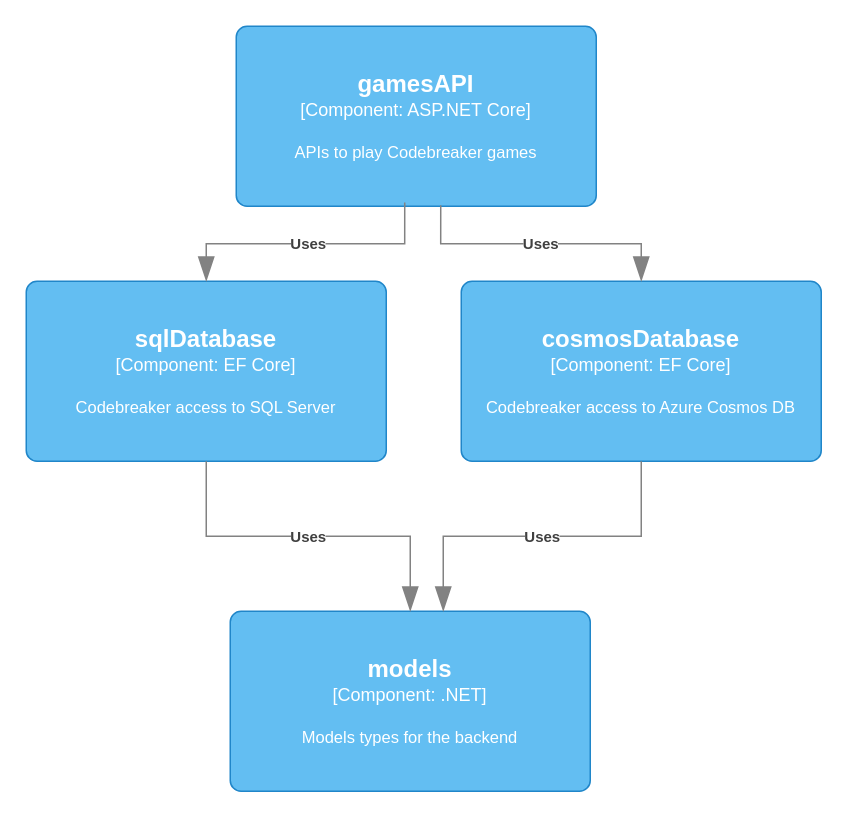
Earlier version of the draw.io diagram ch03/components.drawio (PacktPublishing/Pragmatic-Microservices-with-CSharp-and-Azure). Source tidied: cells renumbered, new cells numbered last; positions are measured from the earlier drawing's top-left corner, leaving out a move shared by most shapes. Both pictures are drawn from the tidied source at 150%, with x=0, y=0 at pixel (26, 26).
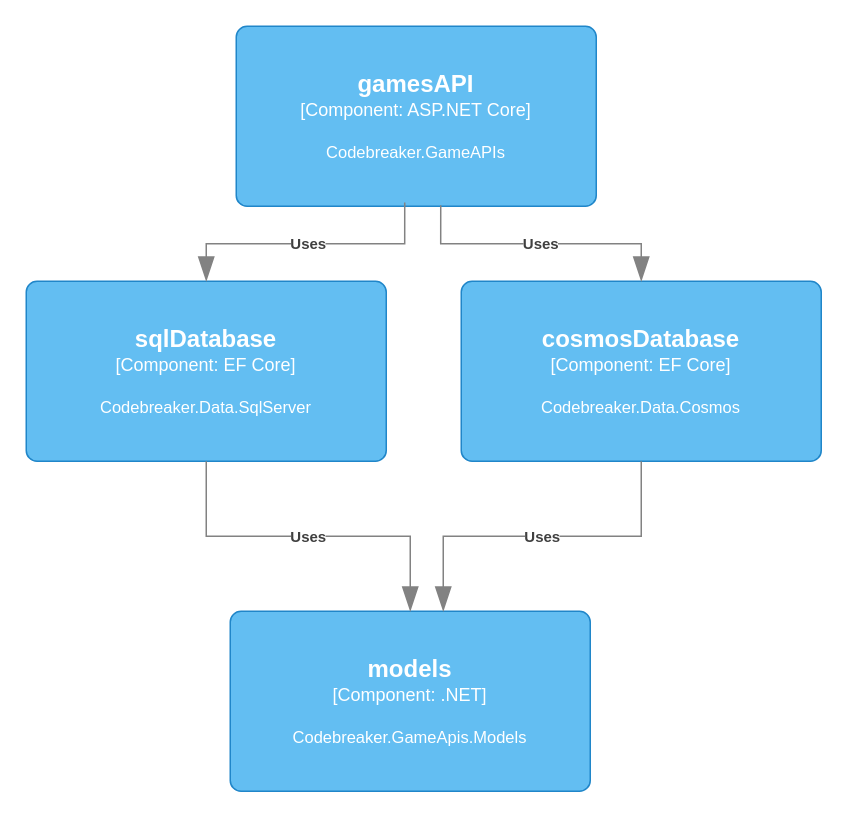
After the change.

Commit message:
update components diagram

Diff of the diagram source:
```diff
@@
 <mxGraphModel>
   <root>
     <mxCell id="0" />
     <mxCell id="1" parent="0" />
-    <object id="2" label="&lt;font style=&quot;font-size: 16px&quot;&gt;&lt;b&gt;%c4Name%&lt;/b&gt;&lt;/font&gt;&lt;div&gt;[%c4Type%: %c4Technology%]&lt;/div&gt;&lt;br&gt;&lt;div&gt;&lt;font style=&quot;font-size: 11px&quot;&gt;%c4Description%&lt;/font&gt;&lt;/div&gt;" c4Description="Models types for the backend" c4Name="models" c4Technology=".NET" c4Type="Component" placeholders="1">
+    <object id="2" label="&lt;font style=&quot;font-size: 16px&quot;&gt;&lt;b&gt;%c4Name%&lt;/b&gt;&lt;/font&gt;&lt;div&gt;[%c4Type%: %c4Technology%]&lt;/div&gt;&lt;br&gt;&lt;div&gt;&lt;font style=&quot;font-size: 11px&quot;&gt;%c4Description%&lt;/font&gt;&lt;/div&gt;" c4Description="Codebreaker.GameApis.Models" c4Name="models" c4Technology=".NET" c4Type="Component" placeholders="1">
       <mxCell style="rounded=1;whiteSpace=wrap;html=1;labelBackgroundColor=none;fillColor=#63BEF2;fontColor=#ffffff;align=center;arcSize=6;strokeColor=#2086C9;points=[[0.25,0,0],[0.5,0,0],[0.75,0,0],[1,0.25,0],[1,0.5,0],[1,0.75,0],[0.75,1,0],[0.5,1,0],[0.25,1,0],[0,0.75,0],[0,0.5,0],[0,0.25,0]];" parent="1" vertex="1">
         <mxGeometry x="136" y="390" width="240" height="120" as="geometry" />
       </mxCell>
     </object>
-    <object id="3" label="&lt;font style=&quot;font-size: 16px&quot;&gt;&lt;b&gt;%c4Name%&lt;/b&gt;&lt;/font&gt;&lt;div&gt;[%c4Type%: %c4Technology%]&lt;/div&gt;&lt;br&gt;&lt;div&gt;&lt;font style=&quot;font-size: 11px&quot;&gt;%c4Description%&lt;/font&gt;&lt;/div&gt;" c4Description="Codebreaker access to SQL Server" c4Name="sqlDatabase" c4Technology="EF Core" c4Type="Component" placeholders="1">
+    <object id="3" label="&lt;font style=&quot;font-size: 16px&quot;&gt;&lt;b&gt;%c4Name%&lt;/b&gt;&lt;/font&gt;&lt;div&gt;[%c4Type%: %c4Technology%]&lt;/div&gt;&lt;br&gt;&lt;div&gt;&lt;font style=&quot;font-size: 11px&quot;&gt;%c4Description%&lt;/font&gt;&lt;/div&gt;" c4Description="Codebreaker.Data.SqlServer" c4Name="sqlDatabase" c4Technology="EF Core" c4Type="Component" placeholders="1">
       <mxCell style="rounded=1;whiteSpace=wrap;html=1;labelBackgroundColor=none;fillColor=#63BEF2;fontColor=#ffffff;align=center;arcSize=6;strokeColor=#2086C9;points=[[0.25,0,0],[0.5,0,0],[0.75,0,0],[1,0.25,0],[1,0.5,0],[1,0.75,0],[0.75,1,0],[0.5,1,0],[0.25,1,0],[0,0.75,0],[0,0.5,0],[0,0.25,0]];" parent="1" vertex="1">
         <mxGeometry y="170" width="240" height="120" as="geometry" />
       </mxCell>
     </object>
-    <object id="4" label="&lt;font style=&quot;font-size: 16px&quot;&gt;&lt;b&gt;%c4Name%&lt;/b&gt;&lt;/font&gt;&lt;div&gt;[%c4Type%: %c4Technology%]&lt;/div&gt;&lt;br&gt;&lt;div&gt;&lt;font style=&quot;font-size: 11px&quot;&gt;%c4Description%&lt;/font&gt;&lt;/div&gt;" c4Description="Codebreaker access to Azure Cosmos DB" c4Name="cosmosDatabase" c4Technology="EF Core" c4Type="Component" placeholders="1">
+    <object id="4" label="&lt;font style=&quot;font-size: 16px&quot;&gt;&lt;b&gt;%c4Name%&lt;/b&gt;&lt;/font&gt;&lt;div&gt;[%c4Type%: %c4Technology%]&lt;/div&gt;&lt;br&gt;&lt;div&gt;&lt;font style=&quot;font-size: 11px&quot;&gt;%c4Description%&lt;/font&gt;&lt;/div&gt;" c4Description="Codebreaker.Data.Cosmos" c4Name="cosmosDatabase" c4Technology="EF Core" c4Type="Component" placeholders="1">
       <mxCell style="rounded=1;whiteSpace=wrap;html=1;labelBackgroundColor=none;fillColor=#63BEF2;fontColor=#ffffff;align=center;arcSize=6;strokeColor=#2086C9;points=[[0.25,0,0],[0.5,0,0],[0.75,0,0],[1,0.25,0],[1,0.5,0],[1,0.75,0],[0.75,1,0],[0.5,1,0],[0.25,1,0],[0,0.75,0],[0,0.5,0],[0,0.25,0]];" parent="1" vertex="1">
         <mxGeometry x="290" y="170" width="240" height="120" as="geometry" />
       </mxCell>
     </object>
-    <object id="5" label="&lt;font style=&quot;font-size: 16px&quot;&gt;&lt;b&gt;%c4Name%&lt;/b&gt;&lt;/font&gt;&lt;div&gt;[%c4Type%: %c4Technology%]&lt;/div&gt;&lt;br&gt;&lt;div&gt;&lt;font style=&quot;font-size: 11px&quot;&gt;%c4Description%&lt;/font&gt;&lt;/div&gt;" c4Description="APIs to play Codebreaker games" c4Name="gamesAPI" c4Technology="ASP.NET Core" c4Type="Component" placeholders="1">
+    <object id="5" label="&lt;font style=&quot;font-size: 16px&quot;&gt;&lt;b&gt;%c4Name%&lt;/b&gt;&lt;/font&gt;&lt;div&gt;[%c4Type%: %c4Technology%]&lt;/div&gt;&lt;br&gt;&lt;div&gt;&lt;font style=&quot;font-size: 11px&quot;&gt;%c4Description%&lt;/font&gt;&lt;/div&gt;" c4Description="Codebreaker.GameAPIs" c4Name="gamesAPI" c4Technology="ASP.NET Core" c4Type="Component" placeholders="1">
       <mxCell style="rounded=1;whiteSpace=wrap;html=1;labelBackgroundColor=none;fillColor=#63BEF2;fontColor=#ffffff;align=center;arcSize=6;strokeColor=#2086C9;points=[[0.25,0,0],[0.5,0,0],[0.75,0,0],[1,0.25,0],[1,0.5,0],[1,0.75,0],[0.75,1,0],[0.5,1,0],[0.25,1,0],[0,0.75,0],[0,0.5,0],[0,0.25,0]];" parent="1" vertex="1">
         <mxGeometry x="140" width="240" height="120" as="geometry" />
       </mxCell>
     </object>
     <object id="6" label="&lt;div style=&quot;text-align: left&quot;&gt;&lt;div style=&quot;text-align: center&quot;&gt;&lt;b&gt;%c4Description%&lt;/b&gt;&lt;/div&gt;" c4Description="Uses" placeholders="1">
       <mxCell style="endArrow=blockThin;html=1;fontSize=10;fontColor=#404040;strokeWidth=1;endFill=1;strokeColor=#828282;elbow=vertical;endSize=14;startSize=14;jumpStyle=arc;jumpSize=16;rounded=0;edgeStyle=orthogonalEdgeStyle;entryX=0.5;entryY=0;entryDx=0;entryDy=0;entryPerimeter=0;exitX=0.468;exitY=0.979;exitDx=0;exitDy=0;exitPerimeter=0;" parent="1" edge="1" source="5" target="3">
         <mxGeometry relative="1" as="geometry" />
       </mxCell>
     </object>
     <object id="7" label="&lt;div style=&quot;text-align: left&quot;&gt;&lt;div style=&quot;text-align: center&quot;&gt;&lt;b&gt;%c4Description%&lt;/b&gt;&lt;/div&gt;" c4Description="Uses" placeholders="1">
       <mxCell style="endArrow=blockThin;html=1;fontSize=10;fontColor=#404040;strokeWidth=1;endFill=1;strokeColor=#828282;elbow=vertical;endSize=14;startSize=14;jumpStyle=arc;jumpSize=16;rounded=0;edgeStyle=orthogonalEdgeStyle;exitX=0.568;exitY=0.995;exitDx=0;exitDy=0;exitPerimeter=0;" parent="1" edge="1" source="5" target="4">
         <mxGeometry relative="1" as="geometry" />
       </mxCell>
     </object>
     <object id="8" label="&lt;div style=&quot;text-align: left&quot;&gt;&lt;div style=&quot;text-align: center&quot;&gt;&lt;b&gt;%c4Description%&lt;/b&gt;&lt;/div&gt;" c4Description="Uses" placeholders="1">
       <mxCell style="endArrow=blockThin;html=1;fontSize=10;fontColor=#404040;strokeWidth=1;endFill=1;strokeColor=#828282;elbow=vertical;endSize=14;startSize=14;jumpStyle=arc;jumpSize=16;rounded=0;edgeStyle=orthogonalEdgeStyle;" parent="1" edge="1" source="3" target="2">
         <mxGeometry relative="1" as="geometry" />
       </mxCell>
     </object>
     <object id="9" label="&lt;div style=&quot;text-align: left&quot;&gt;&lt;div style=&quot;text-align: center&quot;&gt;&lt;b&gt;%c4Description%&lt;/b&gt;&lt;/div&gt;" c4Description="Uses" placeholders="1">
       <mxCell style="endArrow=blockThin;html=1;fontSize=10;fontColor=#404040;strokeWidth=1;endFill=1;strokeColor=#828282;elbow=vertical;endSize=14;startSize=14;jumpStyle=arc;jumpSize=16;rounded=0;edgeStyle=orthogonalEdgeStyle;exitX=0.5;exitY=1;exitDx=0;exitDy=0;exitPerimeter=0;" parent="1" edge="1" source="4" target="2">
         <mxGeometry relative="1" as="geometry">
           <Array as="points">
             <mxPoint x="410" y="340" />
             <mxPoint x="278" y="340" />
           </Array>
         </mxGeometry>
       </mxCell>
     </object>
   </root>
 </mxGraphModel>
```
